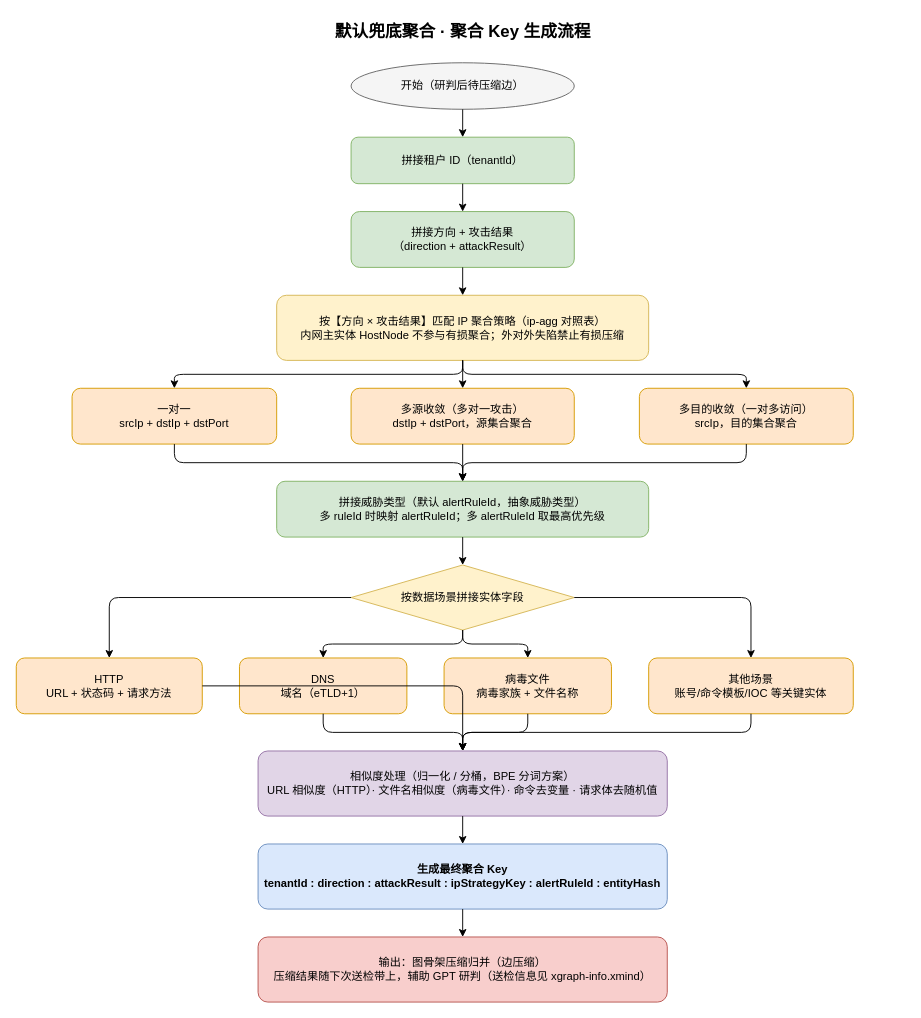
Above: page "2-默认兜底聚合Key生成" (2 of 4) of x-graph2.drawio in lyc1562512693/lyc (draw.io), before the change. Source tidied: cells renumbered, new cells numbered last; positions are measured from the earlier drawing's top-left corner, leaving out a move shared by most shapes. Both pictures are drawn from the tidied source at 93%, with x=0, y=0 at pixel (16, 16).
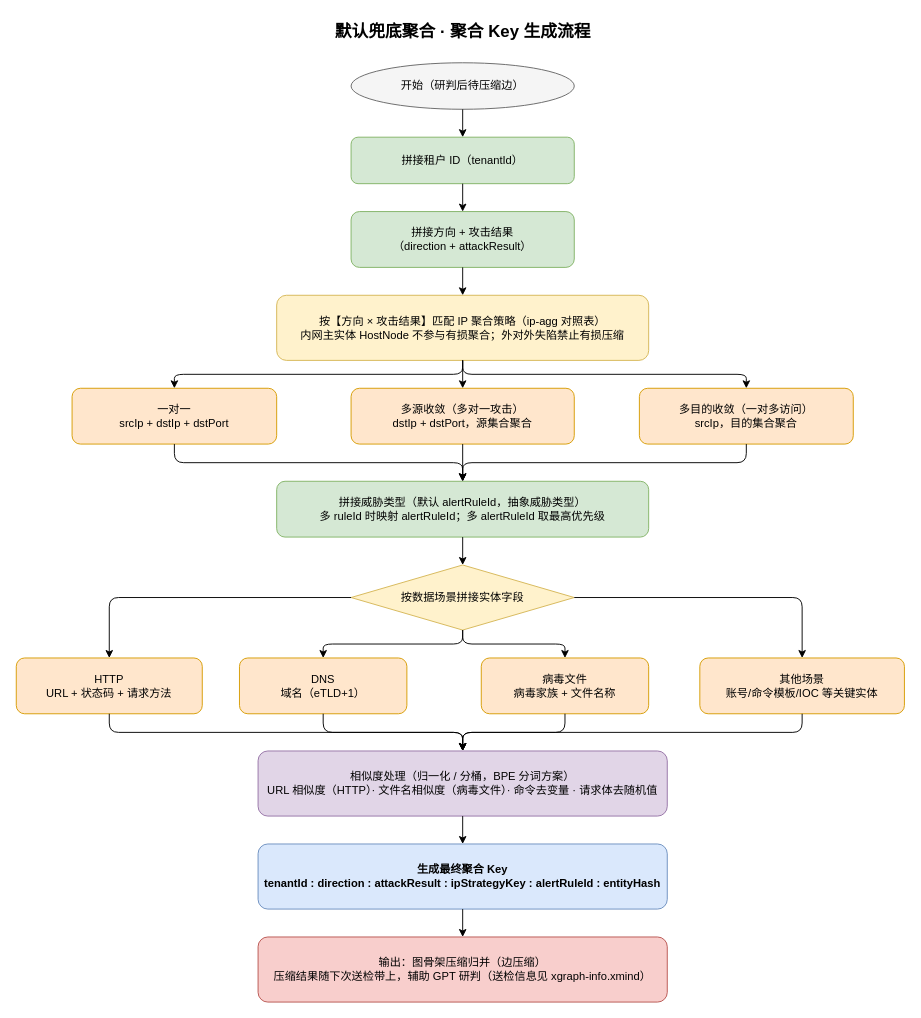
The same page after the edit.

Unchanged cells that the change refers to:
```xml
<mxCell id="12" value="HTTP&#10;URL + 状态码 + 请求方法" style="rounded=1;whiteSpace=wrap;html=1;fillColor=#ffe6cc;strokeColor=#d79b00;" parent="1" vertex="1">
  <mxGeometry y="690" width="200" height="60" as="geometry" />
</mxCell>
<mxCell id="16" value="相似度处理（归一化 / 分桶，BPE 分词方案）&#10;URL 相似度（HTTP）· 文件名相似度（病毒文件）· 命令去变量 · 请求体去随机值" style="rounded=1;whiteSpace=wrap;html=1;fillColor=#e1d5e7;strokeColor=#9673a6;" parent="1" vertex="1">
  <mxGeometry x="260" y="790" width="440" height="70" as="geometry" />
</mxCell>
```

The edit, as a diff of the source:
```diff
@@
     <mxCell id="14" value="病毒文件&#10;病毒家族 + 文件名称" style="rounded=1;whiteSpace=wrap;html=1;fillColor=#ffe6cc;strokeColor=#d79b00;" parent="1" vertex="1">
-      <mxGeometry x="460" y="690" width="180" height="60" as="geometry" />
+      <mxGeometry x="500" y="690" width="180" height="60" as="geometry" />
     </mxCell>
     <mxCell id="15" value="其他场景&#10;账号/命令模板/IOC 等关键实体" style="rounded=1;whiteSpace=wrap;html=1;fillColor=#ffe6cc;strokeColor=#d79b00;" parent="1" vertex="1">
-      <mxGeometry x="680" y="690" width="220" height="60" as="geometry" />
+      <mxGeometry x="735" y="690" width="220" height="60" as="geometry" />
     </mxCell>
@@
-    <mxCell id="33" style="edgeStyle=orthogonalEdgeStyle;rounded=1;html=1;" parent="1" edge="1" source="12" target="16">
+    <mxCell id="33" style="edgeStyle=orthogonalEdgeStyle;rounded=1;html=1;exitX=0.5;exitY=1;exitDx=0;exitDy=0;entryX=0.5;entryY=0;entryDx=0;entryDy=0;" parent="1" edge="1" source="12" target="16">
       <mxGeometry relative="1" as="geometry" />
     </mxCell>
@@
-    <mxCell id="36" style="edgeStyle=orthogonalEdgeStyle;rounded=1;html=1;" parent="1" edge="1" source="15" target="16">
+    <mxCell id="36" style="edgeStyle=orthogonalEdgeStyle;rounded=1;html=1;exitX=0.5;exitY=1;exitDx=0;exitDy=0;" parent="1" edge="1" source="15" target="16">
       <mxGeometry relative="1" as="geometry" />
     </mxCell>
```
